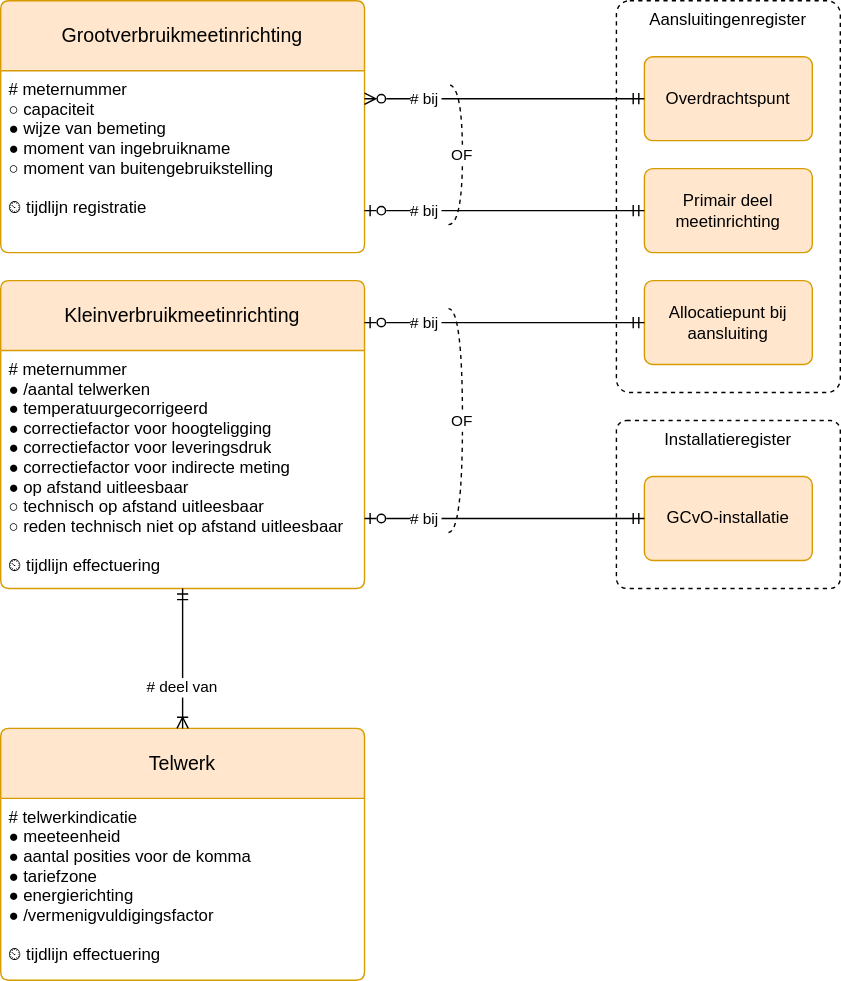
Netbeheer-Nederland/stelsel keeps this draw.io diagram as registers/meetinrichtingenregister/1.4/meetinrichtingenregister.drawio.svg. Above is the earlier version. Source tidied: cells renumbered, new cells last; positions are measured from the earlier drawing's top-left corner, leaving out a move shared by most shapes.
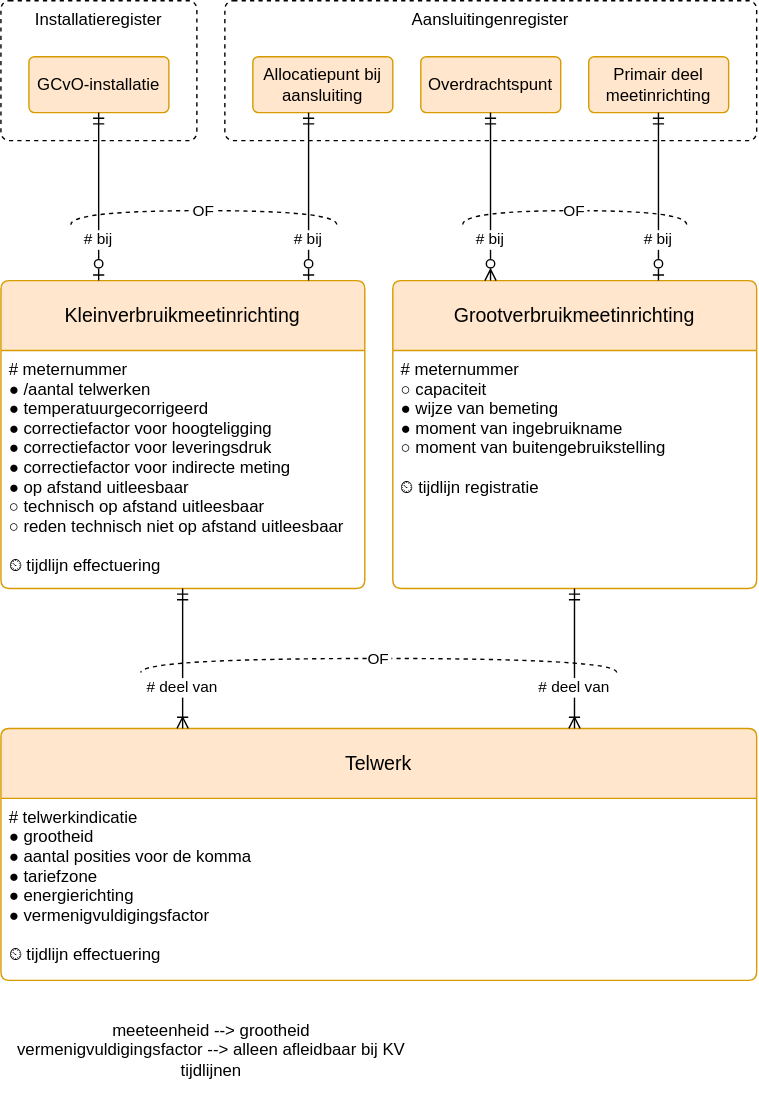
The same file after the commit.

The edit, as a diff of the source:
```diff
@@ -3,7 +3,7 @@
     <mxCell id="0" />
     <mxCell id="1" parent="0" />
     <mxCell id="2" value="Aansluitingenregister" style="rounded=1;whiteSpace=wrap;dashed=1;verticalAlign=top;arcSize=6;" parent="1" vertex="1">
-      <mxGeometry x="440" width="160" height="280" as="geometry" />
+      <mxGeometry x="160" width="380" height="100" as="geometry" />
     </mxCell>
     <mxCell id="3" value="Kleinverbruikmeetinrichting" style="swimlane;horizontal=1;startSize=50;rounded=1;fontSize=14;fontStyle=0;strokeWidth=1;shadow=0;dashed=0;align=center;fillColor=#ffe6cc;strokeColor=#d79b00;arcSize=4;whiteSpace=wrap;" parent="1" vertex="1">
       <mxGeometry y="200" width="260" height="220" as="geometry" />
@@ -12,74 +12,82 @@
       <mxGeometry y="50" width="260" height="170" as="geometry" />
     </mxCell>
     <mxCell id="5" value="Telwerk" style="swimlane;horizontal=1;startSize=50;rounded=1;fontSize=14;fontStyle=0;strokeWidth=1;shadow=0;dashed=0;align=center;fillColor=#ffe6cc;strokeColor=#d79b00;arcSize=4;whiteSpace=wrap;" parent="1" vertex="1">
-      <mxGeometry y="520" width="260" height="180" as="geometry" />
+      <mxGeometry y="520" width="540" height="180" as="geometry" />
     </mxCell>
-    <mxCell id="6" value="# telwerkindicatie&#10;● meeteenheid&#10;● aantal posities voor de komma&#10;● tariefzone&#10;● energierichting&#10;● /vermenigvuldigingsfactor&#10;&#10;⏲ tijdlijn effectuering" style="align=left;strokeColor=none;fillColor=none;spacingLeft=4;fontSize=12;verticalAlign=top;fontStyle=0;" parent="5" vertex="1">
-      <mxGeometry y="50" width="260" height="130" as="geometry" />
+    <mxCell id="6" value="# telwerkindicatie&#10;● grootheid&#10;● aantal posities voor de komma&#10;● tariefzone&#10;● energierichting&#10;● vermenigvuldigingsfactor&#10;&#10;⏲ tijdlijn effectuering" style="align=left;strokeColor=none;fillColor=none;spacingLeft=4;fontSize=12;verticalAlign=top;fontStyle=0;" parent="5" vertex="1">
+      <mxGeometry y="50" width="540" height="130" as="geometry" />
     </mxCell>
-    <mxCell id="7" value="# deel van" style="fontSize=11;endArrow=ERoneToMany;startArrow=ERmandOne;rounded=0;endFill=0;fontStyle=0;align=center;startFill=0;elbow=vertical;" parent="1" edge="1" source="3" target="5">
+    <mxCell id="7" value="# deel van" style="fontSize=11;endArrow=ERoneToMany;startArrow=ERmandOne;rounded=0;endFill=0;fontStyle=0;align=center;startFill=0;edgeStyle=elbowEdgeStyle;" parent="1" edge="1" source="3" target="5">
       <mxGeometry x="0.4" relative="1" as="geometry" />
     </mxCell>
     <mxCell id="8" value="Installatieregister" style="rounded=1;whiteSpace=wrap;dashed=1;verticalAlign=top;arcSize=6;" parent="1" vertex="1">
-      <mxGeometry x="440" y="300" width="160" height="120" as="geometry" />
+      <mxGeometry width="140" height="100" as="geometry" />
     </mxCell>
     <mxCell id="9" value="Allocatiepunt bij aansluiting" style="rounded=1;arcSize=10;whiteSpace=wrap;align=center;fillColor=#ffe6cc;strokeColor=#d79b00;" parent="1" vertex="1">
-      <mxGeometry x="460" y="200" width="120" height="60" as="geometry" />
+      <mxGeometry x="180" y="40" width="100" height="40" as="geometry" />
     </mxCell>
     <mxCell id="10" value="GCvO-installatie" style="rounded=1;arcSize=10;whiteSpace=wrap;align=center;fillColor=#ffe6cc;strokeColor=#d79b00;" parent="1" vertex="1">
-      <mxGeometry x="460" y="340" width="120" height="60" as="geometry" />
+      <mxGeometry x="20" y="40" width="100" height="40" as="geometry" />
     </mxCell>
     <mxCell id="11" value="Overdrachtspunt" style="rounded=1;arcSize=10;whiteSpace=wrap;align=center;fillColor=#ffe6cc;strokeColor=#d79b00;" parent="1" vertex="1">
-      <mxGeometry x="460" y="40" width="120" height="60" as="geometry" />
+      <mxGeometry x="300" y="40" width="100" height="40" as="geometry" />
     </mxCell>
     <mxCell id="12" value="Grootverbruikmeetinrichting" style="swimlane;horizontal=1;startSize=50;rounded=1;fontSize=14;fontStyle=0;strokeWidth=1;shadow=0;dashed=0;align=center;fillColor=#ffe6cc;strokeColor=#d79b00;arcSize=4;whiteSpace=wrap;" parent="1" vertex="1">
-      <mxGeometry width="260" height="180" as="geometry" />
+      <mxGeometry x="280" y="200" width="260" height="220" as="geometry" />
     </mxCell>
     <mxCell id="13" value="# meternummer&#10;○ capaciteit&#10;● wijze van bemeting&#10;● moment van ingebruikname&#10;○ moment van buitengebruikstelling&#10;&#10;⏲ tijdlijn registratie" style="align=left;strokeColor=none;fillColor=none;spacingLeft=4;fontSize=12;verticalAlign=top;fontStyle=0;" parent="12" vertex="1">
-      <mxGeometry y="50" width="260" height="130" as="geometry" />
+      <mxGeometry y="50" width="260" height="170" as="geometry" />
     </mxCell>
     <mxCell id="14" value="Primair deel meetinrichting" style="rounded=1;arcSize=10;whiteSpace=wrap;align=center;fillColor=#ffe6cc;strokeColor=#d79b00;" parent="1" vertex="1">
-      <mxGeometry x="460" y="120" width="120" height="60" as="geometry" />
+      <mxGeometry x="420" y="40" width="100" height="40" as="geometry" />
     </mxCell>
-    <mxCell id="15" value="# bij" style="endArrow=ERzeroToMany;rounded=0;startArrow=ERmandOne;startFill=0;endFill=0;edgeStyle=elbowEdgeStyle;align=left;elbow=vertical;" parent="1" edge="1" source="11" target="12">
-      <mxGeometry x="0.7" relative="1" as="geometry">
-        <mxPoint x="1" as="offset" />
-      </mxGeometry>
+    <mxCell id="15" value="# bij" style="endArrow=ERzeroToMany;rounded=0;startArrow=ERmandOne;startFill=0;endFill=0;edgeStyle=elbowEdgeStyle;align=center;" parent="1" edge="1" source="11" target="12">
+      <mxGeometry x="0.5" relative="1" as="geometry" />
     </mxCell>
-    <mxCell id="16" value="# bij" style="endArrow=ERzeroToOne;rounded=0;startArrow=ERmandOne;startFill=0;endFill=0;edgeStyle=elbowEdgeStyle;align=left;elbow=vertical;" parent="1" edge="1" source="14" target="12">
-      <mxGeometry x="0.7" relative="1" as="geometry">
-        <mxPoint x="1" as="offset" />
-      </mxGeometry>
+    <mxCell id="16" value="# bij" style="endArrow=ERzeroToOne;rounded=0;startArrow=ERmandOne;startFill=0;endFill=0;edgeStyle=elbowEdgeStyle;align=center;" parent="1" edge="1" source="14" target="12">
+      <mxGeometry x="0.5" relative="1" as="geometry" />
     </mxCell>
     <mxCell id="17" value="OF" style="endArrow=none;rounded=0;edgeStyle=orthogonalEdgeStyle;noJump=0;orthogonalLoop=0;orthogonal=0;dashed=1;jumpStyle=arc;jumpSize=12;curved=1;" parent="1" edge="1">
       <mxGeometry relative="1" as="geometry">
-        <mxPoint x="320" y="160" as="sourcePoint" />
-        <mxPoint x="320" y="60" as="targetPoint" />
+        <mxPoint x="490" y="160" as="sourcePoint" />
+        <mxPoint x="330" y="160" as="targetPoint" />
         <Array as="points">
-          <mxPoint x="330" y="160" />
-          <mxPoint x="330" y="60" />
+          <mxPoint x="490" y="150" />
+          <mxPoint x="330" y="150" />
         </Array>
       </mxGeometry>
     </mxCell>
-    <mxCell id="18" value="# bij" style="endArrow=ERzeroToOne;rounded=0;startArrow=ERmandOne;startFill=0;endFill=0;edgeStyle=elbowEdgeStyle;align=left;elbow=vertical;" parent="1" edge="1" source="9" target="3">
-      <mxGeometry x="0.7" relative="1" as="geometry">
-        <mxPoint x="1" as="offset" />
-      </mxGeometry>
+    <mxCell id="18" value="# bij" style="endArrow=ERzeroToOne;rounded=0;startArrow=ERmandOne;startFill=0;endFill=0;edgeStyle=elbowEdgeStyle;align=center;" parent="1" edge="1" source="9" target="3">
+      <mxGeometry x="0.5" relative="1" as="geometry" />
     </mxCell>
-    <mxCell id="19" value="# bij" style="endArrow=ERzeroToOne;rounded=0;startArrow=ERmandOne;startFill=0;endFill=0;edgeStyle=elbowEdgeStyle;align=left;elbow=vertical;" parent="1" edge="1" source="10" target="3">
-      <mxGeometry x="0.7" relative="1" as="geometry">
-        <mxPoint x="1" as="offset" />
-      </mxGeometry>
+    <mxCell id="19" value="# bij" style="endArrow=ERzeroToOne;rounded=0;startArrow=ERmandOne;startFill=0;endFill=0;edgeStyle=elbowEdgeStyle;align=center;" parent="1" edge="1" source="10" target="3">
+      <mxGeometry x="0.5" relative="1" as="geometry" />
     </mxCell>
     <mxCell id="20" value="OF" style="endArrow=none;rounded=0;edgeStyle=orthogonalEdgeStyle;noJump=0;orthogonalLoop=0;orthogonal=0;dashed=1;jumpStyle=arc;jumpSize=12;curved=1;" parent="1" edge="1">
       <mxGeometry relative="1" as="geometry">
-        <mxPoint x="320" y="380" as="sourcePoint" />
-        <mxPoint x="320" y="220" as="targetPoint" />
+        <mxPoint x="440" y="480" as="sourcePoint" />
+        <mxPoint x="100" y="480" as="targetPoint" />
         <Array as="points">
-          <mxPoint x="330" y="380" />
-          <mxPoint x="330" y="220" />
+          <mxPoint x="440" y="470" />
+          <mxPoint x="100" y="470" />
         </Array>
       </mxGeometry>
     </mxCell>
+    <mxCell id="21" value="# deel van" style="fontSize=11;endArrow=ERoneToMany;startArrow=ERmandOne;rounded=0;endFill=0;fontStyle=0;align=center;startFill=0;edgeStyle=elbowEdgeStyle;" parent="1" edge="1" source="12" target="5">
+      <mxGeometry x="0.4" relative="1" as="geometry" />
+    </mxCell>
+    <mxCell id="22" value="OF" style="endArrow=none;rounded=0;edgeStyle=orthogonalEdgeStyle;noJump=0;orthogonalLoop=0;orthogonal=0;dashed=1;jumpStyle=arc;jumpSize=12;curved=1;" parent="1" edge="1">
+      <mxGeometry relative="1" as="geometry">
+        <mxPoint x="240" y="160" as="sourcePoint" />
+        <mxPoint x="50" y="160" as="targetPoint" />
+        <Array as="points">
+          <mxPoint x="240" y="150" />
+          <mxPoint x="50" y="150" />
+        </Array>
+      </mxGeometry>
+    </mxCell>
+    <mxCell id="23" value="meeteenheid --&amp;gt; grootheid&lt;div&gt;vermenigvuldigingsfactor --&amp;gt; alleen afleidbaar bij KV&lt;/div&gt;&lt;div&gt;tijdlijnen&lt;/div&gt;" style="text;html=1;align=center;verticalAlign=middle;strokeColor=none;fillColor=none;" parent="1" vertex="1">
+      <mxGeometry y="720" width="300" height="60" as="geometry" />
+    </mxCell>
   </root>
 </mxGraphModel>
```
